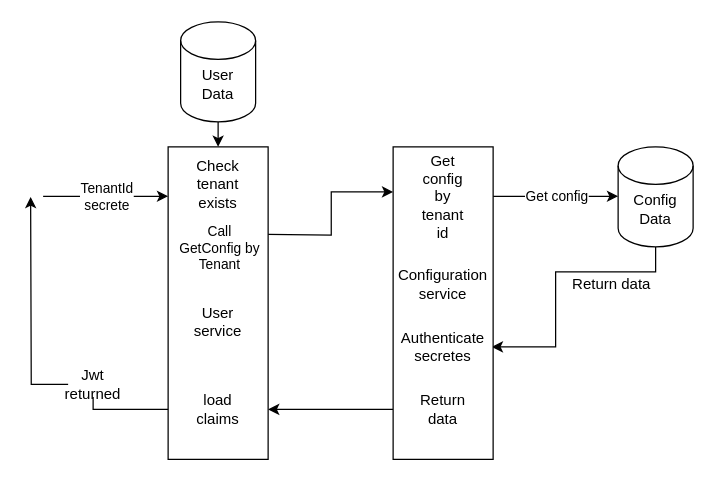
Earlier version of the draw.io diagram page "Auth a user" (2 of 2) of Flex-Authentication.drawio (Celakanth/alexa). Source tidied: cells renumbered, new cells numbered last; positions are measured from the earlier drawing's top-left corner, leaving out a move shared by most shapes. Both pictures are drawn from the tidied source at 125%, with x=0, y=0 at pixel (30, 21).
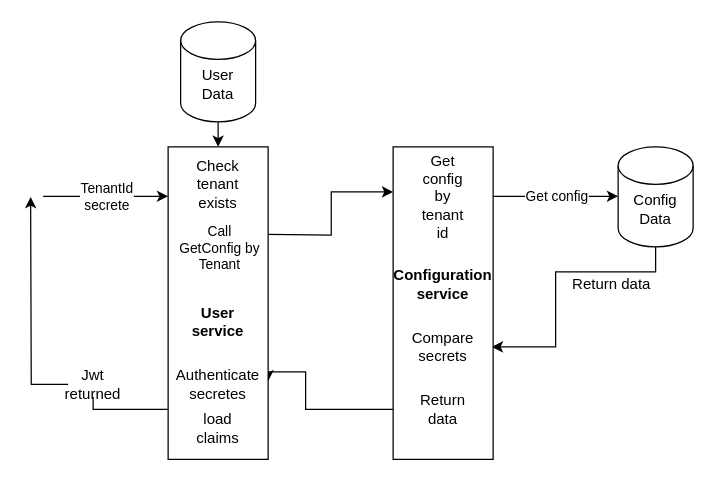
Above is the later version.

Unchanged cells that the change refers to:
```xml
<mxCell id="10" style="rounded=0;whiteSpace=wrap;html=1;direction=south;" parent="1" vertex="1">
  <mxGeometry x="290" y="100" width="80" height="250" as="geometry" />
</mxCell>
<mxCell id="13" style="rounded=0;whiteSpace=wrap;html=1;direction=south;" parent="1" vertex="1">
  <mxGeometry x="110" y="100" width="80" height="250" as="geometry" />
</mxCell>
```

What changed in the source:
```diff
@@
-    <mxCell id="9" style="edgeStyle=orthogonalEdgeStyle;rounded=0;jettySize=auto;html=1;" parent="1" edge="1" source="10" target="13">
+    <mxCell id="9" style="edgeStyle=orthogonalEdgeStyle;rounded=0;jettySize=auto;html=1;entryX=0.75;entryY=0;entryDx=0;entryDy=0;" parent="1" edge="1" source="10" target="13">
       <mxGeometry relative="1" as="geometry">
         <Array as="points">
-          <mxPoint x="250" y="310" />
-          <mxPoint x="250" y="310" />
+          <mxPoint x="220" y="310" />
+          <mxPoint x="220" y="280" />
+          <mxPoint x="190" y="280" />
         </Array>
       </mxGeometry>
     </mxCell>
@@
-    <mxCell id="11" value="Configuration&lt;br&gt;service" style="text;html=1;strokeColor=none;fillColor=none;align=center;verticalAlign=middle;whiteSpace=wrap;rounded=0;" parent="1" vertex="1">
+    <mxCell id="11" value="Configuration&lt;br&gt;service" style="text;html=1;strokeColor=none;fillColor=none;align=center;verticalAlign=middle;whiteSpace=wrap;rounded=0;fontStyle=1;" parent="1" vertex="1">
       <mxGeometry x="310" y="200" width="40" height="20" as="geometry" />
     </mxCell>
@@
-    <mxCell id="14" value="User service" style="text;html=1;strokeColor=none;fillColor=none;align=center;verticalAlign=middle;whiteSpace=wrap;rounded=0;" parent="1" vertex="1">
+    <mxCell id="14" value="User service" style="text;html=1;strokeColor=none;fillColor=none;align=center;verticalAlign=middle;whiteSpace=wrap;rounded=0;fontStyle=1;" parent="1" vertex="1">
       <mxGeometry x="130" y="230" width="40" height="20" as="geometry" />
     </mxCell>
@@
     <mxCell id="17" value="load claims" style="text;html=1;strokeColor=none;fillColor=none;align=center;verticalAlign=middle;whiteSpace=wrap;rounded=0;" parent="1" vertex="1">
-      <mxGeometry x="125" y="285" width="50" height="50" as="geometry" />
+      <mxGeometry x="125" y="300" width="50" height="50" as="geometry" />
     </mxCell>
@@
     <mxCell id="20" value="Authenticate secretes&lt;br&gt;" style="text;html=1;strokeColor=none;fillColor=none;align=center;verticalAlign=middle;whiteSpace=wrap;rounded=0;" parent="1" vertex="1">
-      <mxGeometry x="310" y="250" width="40" height="20" as="geometry" />
+      <mxGeometry x="130" y="280" width="40" height="20" as="geometry" />
     </mxCell>
@@
+    <mxCell id="28" value="Compare secrets" style="text;html=1;strokeColor=none;fillColor=none;align=center;verticalAlign=middle;whiteSpace=wrap;rounded=0;" parent="1" vertex="1">
+      <mxGeometry x="310" y="250" width="40" height="20" as="geometry" />
+    </mxCell>
```
